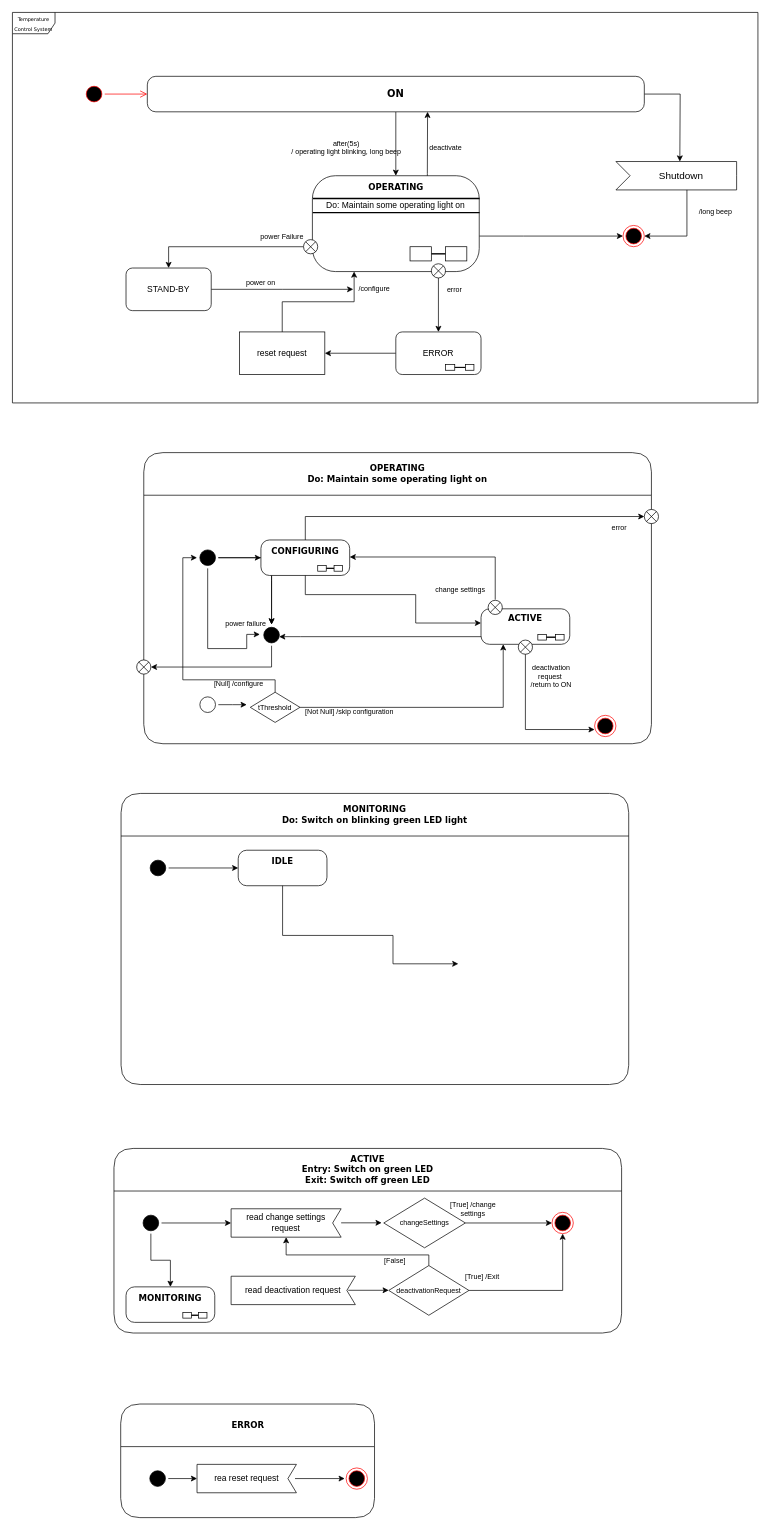
Before: temp_co2_control_system.drawio in OZiad/UML_State_Machine_331, a draw.io diagram. Source tidied: cells renumbered, new cells numbered last; positions are measured from the earlier drawing's top-left corner, leaving out a move shared by most shapes. Both pictures are drawn from the tidied source at 71%, with x=0, y=0 at pixel (12, 12).
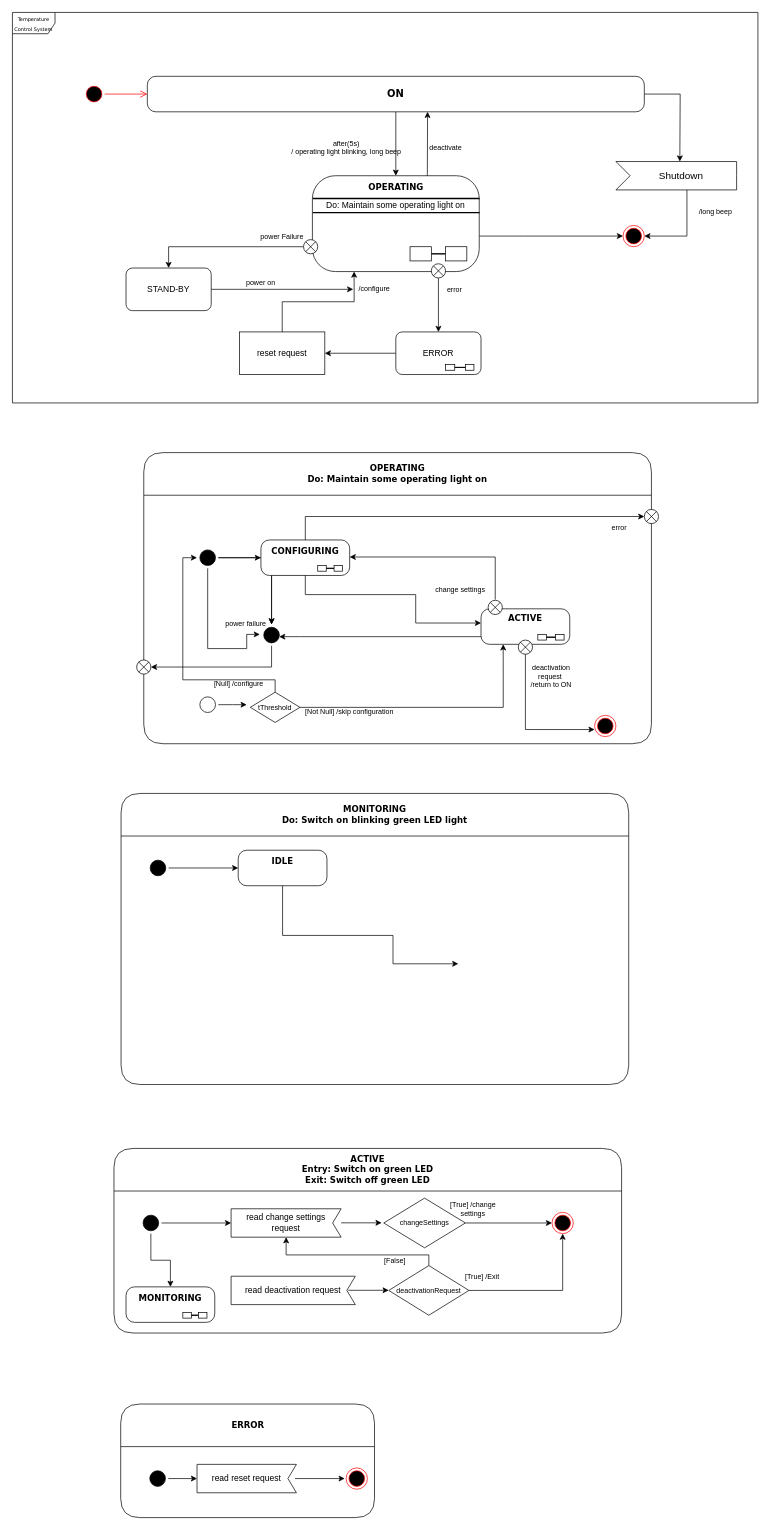
Above is the later version.

Commit message:
Fix typo in ERROR state

Unchanged cells that the change refers to:
```xml
<mxCell id="103" value="ERROR" style="swimlane;whiteSpace=wrap;html=1;rounded=1;shadow=0;comic=0;labelBackgroundColor=none;strokeWidth=1;fontFamily=Verdana;fontSize=12;align=center;startSize=60;" parent="1" vertex="1">
  <mxGeometry x="152.5" y="1960" width="357.5" height="160" as="geometry" />
</mxCell>
```

The edit, as a diff of the source:
```diff
@@
-    <mxCell id="107" value="rea reset request" style="shape=mxgraph.sysml.accEvent;flipH=1;whiteSpace=wrap;align=center;html=1;" parent="103" vertex="1">
+    <mxCell id="107" value="read reset request" style="shape=mxgraph.sysml.accEvent;flipH=1;whiteSpace=wrap;align=center;html=1;" parent="103" vertex="1">
       <mxGeometry x="107.5" y="85" width="140" height="40" as="geometry" />
     </mxCell>
```
